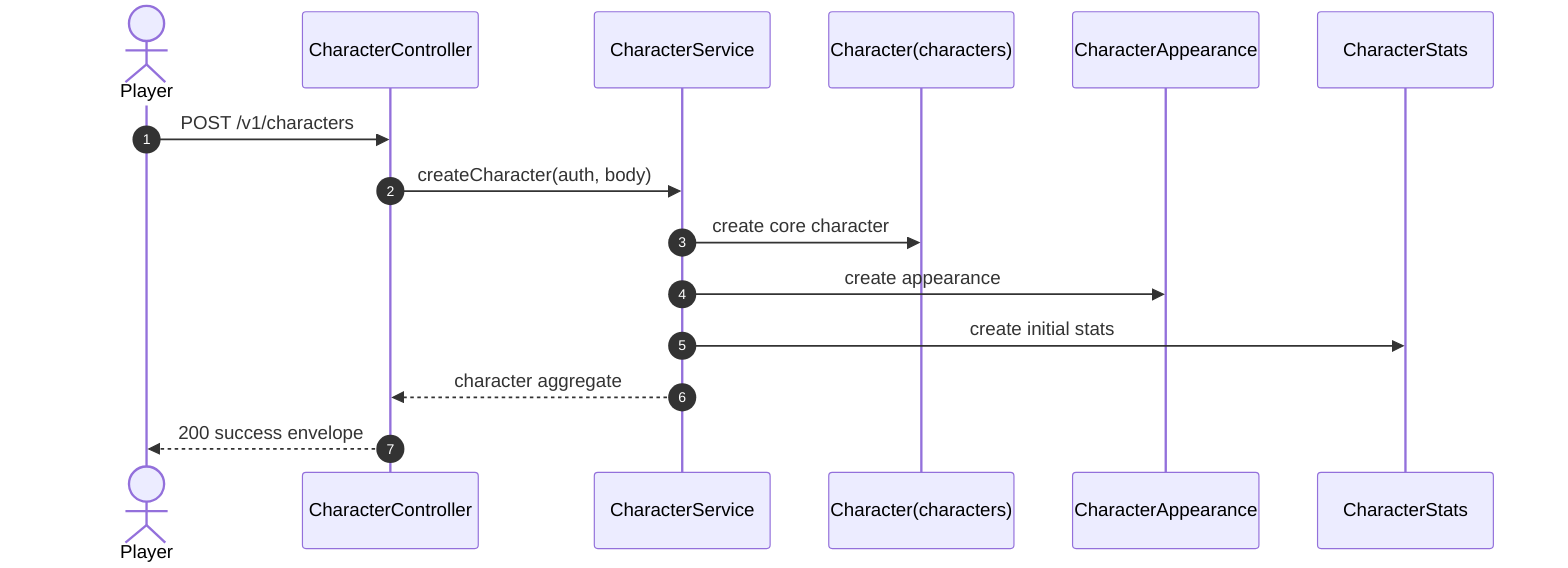
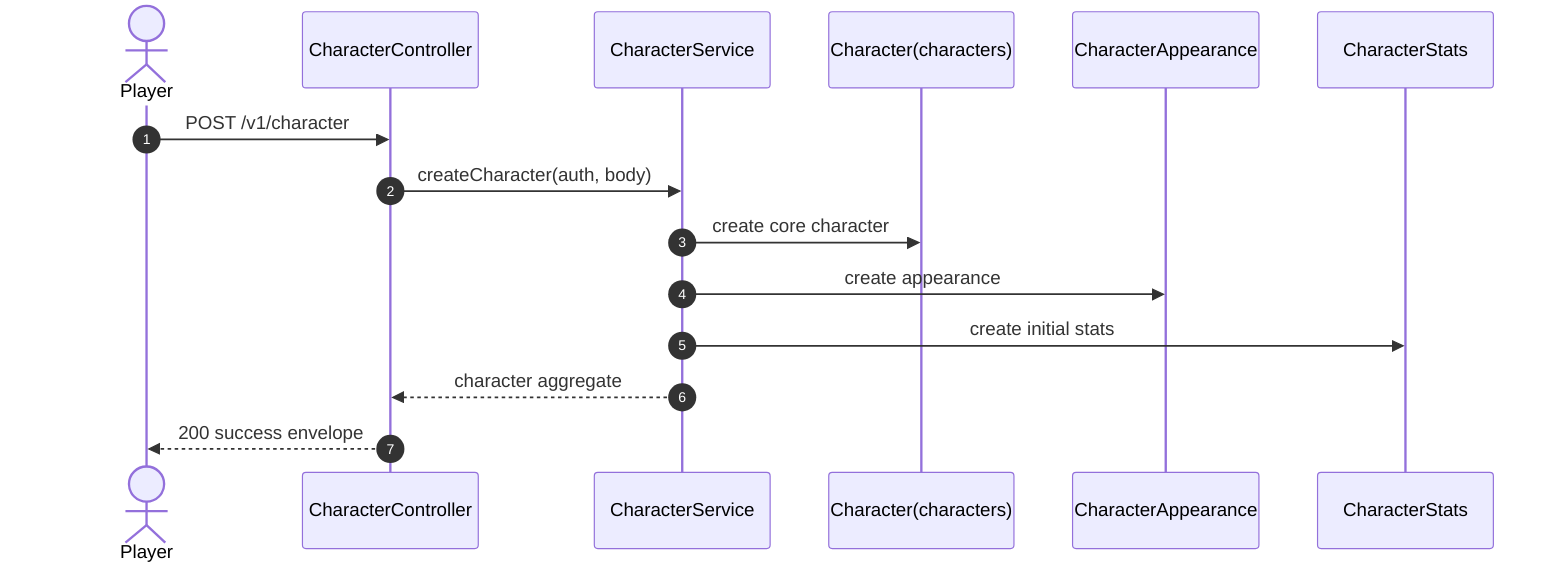
sequenceDiagram
  autonumber
  actor Player
  participant API as CharacterController
  participant Char as CharacterService
  participant CRepo as Character(characters)
  participant ARepo as CharacterAppearance
  participant SRepo as CharacterStats

-   Player->>API: POST /v1/characters
+   Player->>API: POST /v1/character
  API->>Char: createCharacter(auth, body)
  Char->>CRepo: create core character
  Char->>ARepo: create appearance
  Char->>SRepo: create initial stats
  Char-->>API: character aggregate
  API-->>Player: 200 success envelope
